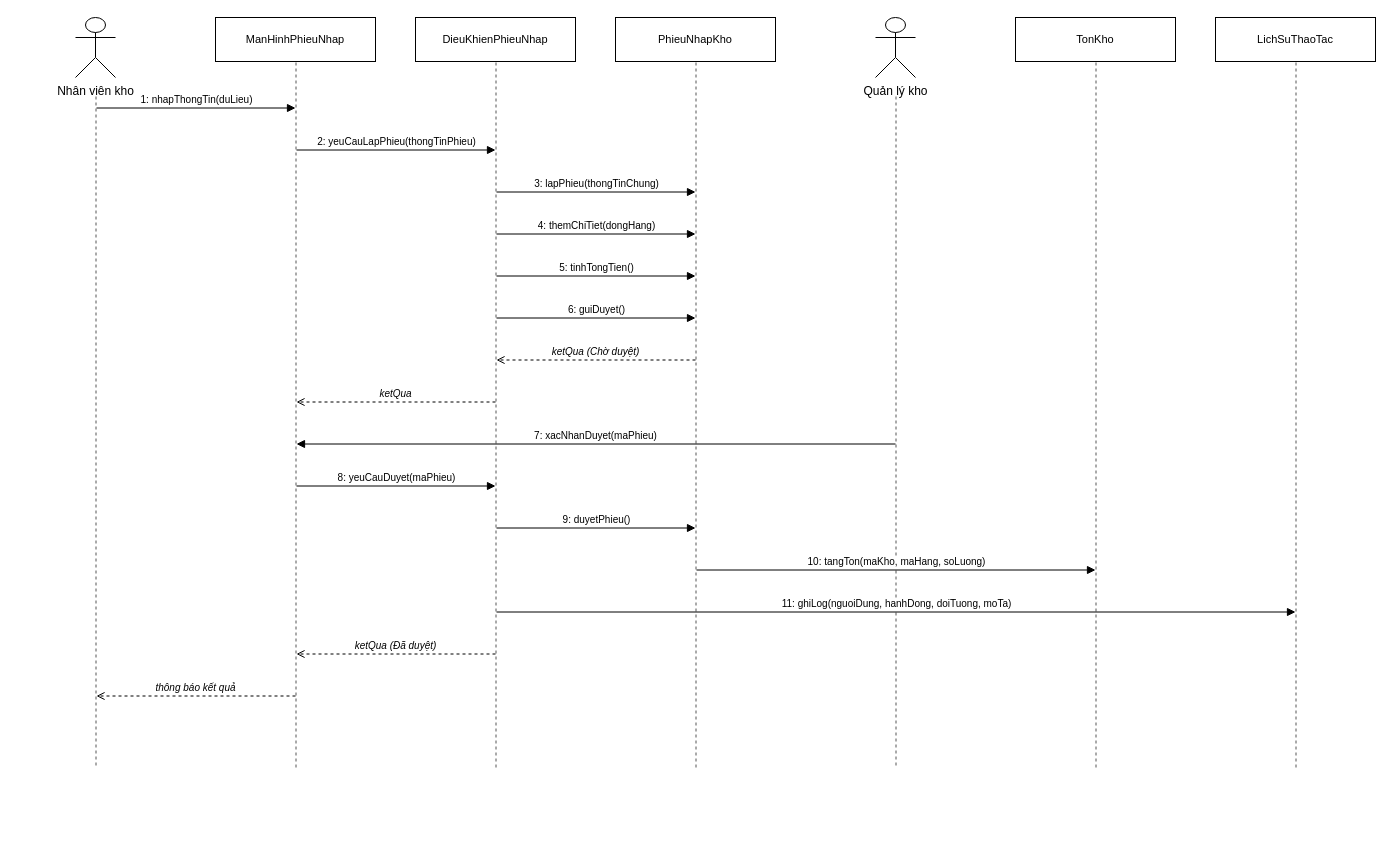
Before: diagram/drawio/5.23_sequence_uc23.drawio in quangminh1212/Phan-tich-va-thiet-ke-he-thong, a draw.io diagram. Source tidied: cells renumbered, new cells numbered last; positions are measured from the earlier drawing's top-left corner, leaving out a move shared by most shapes. Both pictures are drawn from the tidied source at 100%, with x=0, y=0 at pixel (75, 17).
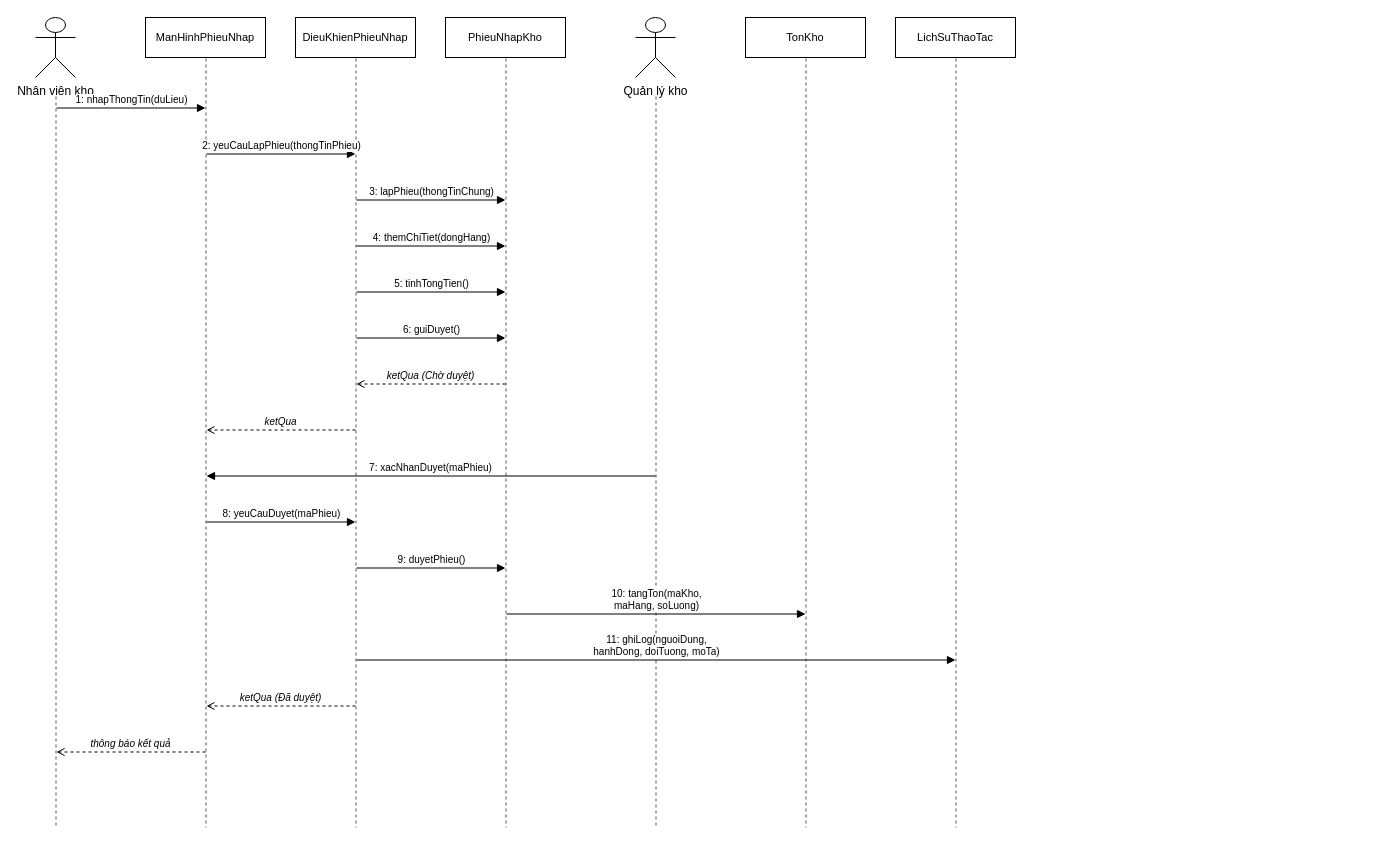
After the change.

Change to the diagram source:
```diff
@@
     <mxCell id="2" value="Nhân viên kho" style="shape=umlActor;verticalLabelPosition=bottom;verticalAlign=top;html=1;fillColor=#FFFFFF;strokeColor=#000000;" parent="1" vertex="1">
-      <mxGeometry width="40" height="60" as="geometry" />
+      <mxGeometry x="-40" width="40" height="60" as="geometry" />
     </mxCell>
     <mxCell id="3" style="point;html=1;fillColor=none;strokeColor=none;" parent="1" vertex="1">
-      <mxGeometry x="20" y="78" width="1" height="1" as="geometry" />
+      <mxGeometry x="-20" y="78" width="1" height="1" as="geometry" />
     </mxCell>
     <mxCell id="4" style="point;html=1;fillColor=none;strokeColor=none;" parent="1" vertex="1">
-      <mxGeometry x="20" y="750" width="1" height="1" as="geometry" />
+      <mxGeometry x="-20" y="810" width="1" height="1" as="geometry" />
     </mxCell>
@@
     <mxCell id="6" value="ManHinhPhieuNhap" style="rounded=0;whiteSpace=wrap;html=1;fillColor=#FFFFFF;strokeColor=#000000;fontSize=11;align=center;" parent="1" vertex="1">
-      <mxGeometry x="140" width="160" height="44" as="geometry" />
+      <mxGeometry x="70" width="120" height="40" as="geometry" />
     </mxCell>
     <mxCell id="7" style="point;html=1;fillColor=none;strokeColor=none;" parent="1" vertex="1">
-      <mxGeometry x="220" y="44" width="1" height="1" as="geometry" />
+      <mxGeometry x="130" y="40" width="1" height="1" as="geometry" />
     </mxCell>
     <mxCell id="8" style="point;html=1;fillColor=none;strokeColor=none;" parent="1" vertex="1">
-      <mxGeometry x="220" y="750" width="1" height="1" as="geometry" />
+      <mxGeometry x="130" y="810" width="1" height="1" as="geometry" />
     </mxCell>
@@
     <mxCell id="10" value="DieuKhienPhieuNhap" style="rounded=0;whiteSpace=wrap;html=1;fillColor=#FFFFFF;strokeColor=#000000;fontSize=11;align=center;" parent="1" vertex="1">
-      <mxGeometry x="340" width="160" height="44" as="geometry" />
+      <mxGeometry x="220" width="120" height="40" as="geometry" />
     </mxCell>
     <mxCell id="11" style="point;html=1;fillColor=none;strokeColor=none;" parent="1" vertex="1">
-      <mxGeometry x="420" y="44" width="1" height="1" as="geometry" />
+      <mxGeometry x="280" y="40" width="1" height="1" as="geometry" />
     </mxCell>
     <mxCell id="12" style="point;html=1;fillColor=none;strokeColor=none;" parent="1" vertex="1">
-      <mxGeometry x="420" y="750" width="1" height="1" as="geometry" />
+      <mxGeometry x="280" y="810" width="1" height="1" as="geometry" />
     </mxCell>
@@
     <mxCell id="14" value="PhieuNhapKho" style="rounded=0;whiteSpace=wrap;html=1;fillColor=#FFFFFF;strokeColor=#000000;fontSize=11;align=center;" parent="1" vertex="1">
-      <mxGeometry x="540" width="160" height="44" as="geometry" />
+      <mxGeometry x="370" width="120" height="40" as="geometry" />
     </mxCell>
     <mxCell id="15" style="point;html=1;fillColor=none;strokeColor=none;" parent="1" vertex="1">
-      <mxGeometry x="620" y="44" width="1" height="1" as="geometry" />
+      <mxGeometry x="430" y="40" width="1" height="1" as="geometry" />
     </mxCell>
     <mxCell id="16" style="point;html=1;fillColor=none;strokeColor=none;" parent="1" vertex="1">
-      <mxGeometry x="620" y="750" width="1" height="1" as="geometry" />
+      <mxGeometry x="430" y="810" width="1" height="1" as="geometry" />
     </mxCell>
@@
     <mxCell id="18" value="Quản lý kho" style="shape=umlActor;verticalLabelPosition=bottom;verticalAlign=top;html=1;fillColor=#FFFFFF;strokeColor=#000000;" parent="1" vertex="1">
-      <mxGeometry x="800" width="40" height="60" as="geometry" />
+      <mxGeometry x="560" width="40" height="60" as="geometry" />
     </mxCell>
     <mxCell id="19" style="point;html=1;fillColor=none;strokeColor=none;" parent="1" vertex="1">
-      <mxGeometry x="820" y="78" width="1" height="1" as="geometry" />
+      <mxGeometry x="580" y="78" width="1" height="1" as="geometry" />
     </mxCell>
     <mxCell id="20" style="point;html=1;fillColor=none;strokeColor=none;" parent="1" vertex="1">
-      <mxGeometry x="820" y="750" width="1" height="1" as="geometry" />
+      <mxGeometry x="580" y="810" width="1" height="1" as="geometry" />
     </mxCell>
@@
     <mxCell id="22" value="TonKho" style="rounded=0;whiteSpace=wrap;html=1;fillColor=#FFFFFF;strokeColor=#000000;fontSize=11;align=center;" parent="1" vertex="1">
-      <mxGeometry x="940" width="160" height="44" as="geometry" />
+      <mxGeometry x="670" width="120" height="40" as="geometry" />
     </mxCell>
     <mxCell id="23" style="point;html=1;fillColor=none;strokeColor=none;" parent="1" vertex="1">
-      <mxGeometry x="1020" y="44" width="1" height="1" as="geometry" />
+      <mxGeometry x="730" y="40" width="1" height="1" as="geometry" />
     </mxCell>
     <mxCell id="24" style="point;html=1;fillColor=none;strokeColor=none;" parent="1" vertex="1">
-      <mxGeometry x="1020" y="750" width="1" height="1" as="geometry" />
+      <mxGeometry x="730" y="810" width="1" height="1" as="geometry" />
     </mxCell>
@@
     <mxCell id="26" value="LichSuThaoTac" style="rounded=0;whiteSpace=wrap;html=1;fillColor=#FFFFFF;strokeColor=#000000;fontSize=11;align=center;" parent="1" vertex="1">
-      <mxGeometry x="1140" width="160" height="44" as="geometry" />
+      <mxGeometry x="820" width="120" height="40" as="geometry" />
     </mxCell>
     <mxCell id="27" style="point;html=1;fillColor=none;strokeColor=none;" parent="1" vertex="1">
-      <mxGeometry x="1220" y="44" width="1" height="1" as="geometry" />
+      <mxGeometry x="880" y="40" width="1" height="1" as="geometry" />
     </mxCell>
     <mxCell id="28" style="point;html=1;fillColor=none;strokeColor=none;" parent="1" vertex="1">
-      <mxGeometry x="1220" y="750" width="1" height="1" as="geometry" />
+      <mxGeometry x="880" y="810" width="1" height="1" as="geometry" />
     </mxCell>
@@
     <mxCell id="30" style="point;html=1;fillColor=none;strokeColor=none;" parent="1" vertex="1">
-      <mxGeometry x="20" y="90" width="1" height="1" as="geometry" />
+      <mxGeometry x="-20" y="90" width="1" height="1" as="geometry" />
     </mxCell>
     <mxCell id="31" style="point;html=1;fillColor=none;strokeColor=none;" parent="1" vertex="1">
-      <mxGeometry x="220" y="90" width="1" height="1" as="geometry" />
+      <mxGeometry x="130" y="90" width="1" height="1" as="geometry" />
     </mxCell>
@@
     <mxCell id="33" style="point;html=1;fillColor=none;strokeColor=none;" parent="1" vertex="1">
-      <mxGeometry x="220" y="132" width="1" height="1" as="geometry" />
+      <mxGeometry x="130" y="136" width="1" height="1" as="geometry" />
     </mxCell>
     <mxCell id="34" style="point;html=1;fillColor=none;strokeColor=none;" parent="1" vertex="1">
-      <mxGeometry x="420" y="132" width="1" height="1" as="geometry" />
+      <mxGeometry x="280" y="136" width="1" height="1" as="geometry" />
     </mxCell>
@@
     <mxCell id="36" style="point;html=1;fillColor=none;strokeColor=none;" parent="1" vertex="1">
-      <mxGeometry x="420" y="174" width="1" height="1" as="geometry" />
+      <mxGeometry x="280" y="182" width="1" height="1" as="geometry" />
     </mxCell>
     <mxCell id="37" style="point;html=1;fillColor=none;strokeColor=none;" parent="1" vertex="1">
-      <mxGeometry x="620" y="174" width="1" height="1" as="geometry" />
+      <mxGeometry x="430" y="182" width="1" height="1" as="geometry" />
     </mxCell>
@@
     <mxCell id="39" style="point;html=1;fillColor=none;strokeColor=none;" parent="1" vertex="1">
-      <mxGeometry x="420" y="216" width="1" height="1" as="geometry" />
+      <mxGeometry x="280" y="228" width="1" height="1" as="geometry" />
     </mxCell>
     <mxCell id="40" style="point;html=1;fillColor=none;strokeColor=none;" parent="1" vertex="1">
-      <mxGeometry x="620" y="216" width="1" height="1" as="geometry" />
+      <mxGeometry x="430" y="228" width="1" height="1" as="geometry" />
     </mxCell>
@@
     <mxCell id="42" style="point;html=1;fillColor=none;strokeColor=none;" parent="1" vertex="1">
-      <mxGeometry x="420" y="258" width="1" height="1" as="geometry" />
+      <mxGeometry x="280" y="274" width="1" height="1" as="geometry" />
     </mxCell>
     <mxCell id="43" style="point;html=1;fillColor=none;strokeColor=none;" parent="1" vertex="1">
-      <mxGeometry x="620" y="258" width="1" height="1" as="geometry" />
+      <mxGeometry x="430" y="274" width="1" height="1" as="geometry" />
     </mxCell>
@@
     <mxCell id="45" style="point;html=1;fillColor=none;strokeColor=none;" parent="1" vertex="1">
-      <mxGeometry x="420" y="300" width="1" height="1" as="geometry" />
+      <mxGeometry x="280" y="320" width="1" height="1" as="geometry" />
     </mxCell>
     <mxCell id="46" style="point;html=1;fillColor=none;strokeColor=none;" parent="1" vertex="1">
-      <mxGeometry x="620" y="300" width="1" height="1" as="geometry" />
+      <mxGeometry x="430" y="320" width="1" height="1" as="geometry" />
     </mxCell>
@@
     <mxCell id="48" style="point;html=1;fillColor=none;strokeColor=none;" parent="1" vertex="1">
-      <mxGeometry x="620" y="342" width="1" height="1" as="geometry" />
+      <mxGeometry x="430" y="366" width="1" height="1" as="geometry" />
     </mxCell>
     <mxCell id="49" style="point;html=1;fillColor=none;strokeColor=none;" parent="1" vertex="1">
-      <mxGeometry x="420" y="342" width="1" height="1" as="geometry" />
+      <mxGeometry x="280" y="366" width="1" height="1" as="geometry" />
     </mxCell>
@@
     <mxCell id="51" style="point;html=1;fillColor=none;strokeColor=none;" parent="1" vertex="1">
-      <mxGeometry x="420" y="384" width="1" height="1" as="geometry" />
+      <mxGeometry x="280" y="412" width="1" height="1" as="geometry" />
     </mxCell>
     <mxCell id="52" style="point;html=1;fillColor=none;strokeColor=none;" parent="1" vertex="1">
-      <mxGeometry x="220" y="384" width="1" height="1" as="geometry" />
+      <mxGeometry x="130" y="412" width="1" height="1" as="geometry" />
     </mxCell>
@@
     <mxCell id="54" style="point;html=1;fillColor=none;strokeColor=none;" parent="1" vertex="1">
-      <mxGeometry x="820" y="426" width="1" height="1" as="geometry" />
+      <mxGeometry x="580" y="458" width="1" height="1" as="geometry" />
     </mxCell>
     <mxCell id="55" style="point;html=1;fillColor=none;strokeColor=none;" parent="1" vertex="1">
-      <mxGeometry x="220" y="426" width="1" height="1" as="geometry" />
+      <mxGeometry x="130" y="458" width="1" height="1" as="geometry" />
     </mxCell>
@@
     <mxCell id="57" style="point;html=1;fillColor=none;strokeColor=none;" parent="1" vertex="1">
-      <mxGeometry x="220" y="468" width="1" height="1" as="geometry" />
+      <mxGeometry x="130" y="504" width="1" height="1" as="geometry" />
     </mxCell>
     <mxCell id="58" style="point;html=1;fillColor=none;strokeColor=none;" parent="1" vertex="1">
-      <mxGeometry x="420" y="468" width="1" height="1" as="geometry" />
+      <mxGeometry x="280" y="504" width="1" height="1" as="geometry" />
     </mxCell>
@@
     <mxCell id="60" style="point;html=1;fillColor=none;strokeColor=none;" parent="1" vertex="1">
-      <mxGeometry x="420" y="510" width="1" height="1" as="geometry" />
+      <mxGeometry x="280" y="550" width="1" height="1" as="geometry" />
     </mxCell>
     <mxCell id="61" style="point;html=1;fillColor=none;strokeColor=none;" parent="1" vertex="1">
-      <mxGeometry x="620" y="510" width="1" height="1" as="geometry" />
+      <mxGeometry x="430" y="550" width="1" height="1" as="geometry" />
     </mxCell>
@@
     <mxCell id="63" style="point;html=1;fillColor=none;strokeColor=none;" parent="1" vertex="1">
-      <mxGeometry x="620" y="552" width="1" height="1" as="geometry" />
+      <mxGeometry x="430" y="596" width="1" height="1" as="geometry" />
     </mxCell>
     <mxCell id="64" style="point;html=1;fillColor=none;strokeColor=none;" parent="1" vertex="1">
-      <mxGeometry x="1020" y="552" width="1" height="1" as="geometry" />
+      <mxGeometry x="730" y="596" width="1" height="1" as="geometry" />
     </mxCell>
-    <mxCell id="65" value="10: tangTon(maKho, maHang, soLuong)" style="html=1;verticalAlign=bottom;endArrow=block;endFill=1;rounded=0;strokeColor=#000000;fontSize=10;" parent="1" edge="1" source="63" target="64">
+    <mxCell id="65" value="10: tangTon(maKho,&#10;maHang, soLuong)" style="html=1;verticalAlign=bottom;endArrow=block;endFill=1;rounded=0;strokeColor=#000000;fontSize=10;" parent="1" edge="1" source="63" target="64">
       <mxGeometry relative="1" as="geometry" />
     </mxCell>
     <mxCell id="66" style="point;html=1;fillColor=none;strokeColor=none;" parent="1" vertex="1">
-      <mxGeometry x="420" y="594" width="1" height="1" as="geometry" />
+      <mxGeometry x="280" y="642" width="1" height="1" as="geometry" />
     </mxCell>
     <mxCell id="67" style="point;html=1;fillColor=none;strokeColor=none;" parent="1" vertex="1">
-      <mxGeometry x="1220" y="594" width="1" height="1" as="geometry" />
+      <mxGeometry x="880" y="642" width="1" height="1" as="geometry" />
     </mxCell>
-    <mxCell id="68" value="11: ghiLog(nguoiDung, hanhDong, doiTuong, moTa)" style="html=1;verticalAlign=bottom;endArrow=block;endFill=1;rounded=0;strokeColor=#000000;fontSize=10;" parent="1" edge="1" source="66" target="67">
+    <mxCell id="68" value="11: ghiLog(nguoiDung,&#10;hanhDong, doiTuong, moTa)" style="html=1;verticalAlign=bottom;endArrow=block;endFill=1;rounded=0;strokeColor=#000000;fontSize=10;" parent="1" edge="1" source="66" target="67">
       <mxGeometry relative="1" as="geometry" />
     </mxCell>
     <mxCell id="69" style="point;html=1;fillColor=none;strokeColor=none;" parent="1" vertex="1">
-      <mxGeometry x="420" y="636" width="1" height="1" as="geometry" />
+      <mxGeometry x="280" y="688" width="1" height="1" as="geometry" />
     </mxCell>
     <mxCell id="70" style="point;html=1;fillColor=none;strokeColor=none;" parent="1" vertex="1">
-      <mxGeometry x="220" y="636" width="1" height="1" as="geometry" />
+      <mxGeometry x="130" y="688" width="1" height="1" as="geometry" />
     </mxCell>
@@
     <mxCell id="72" style="point;html=1;fillColor=none;strokeColor=none;" parent="1" vertex="1">
-      <mxGeometry x="220" y="678" width="1" height="1" as="geometry" />
+      <mxGeometry x="130" y="734" width="1" height="1" as="geometry" />
     </mxCell>
     <mxCell id="73" style="point;html=1;fillColor=none;strokeColor=none;" parent="1" vertex="1">
-      <mxGeometry x="20" y="678" width="1" height="1" as="geometry" />
+      <mxGeometry x="-20" y="734" width="1" height="1" as="geometry" />
     </mxCell>
```
